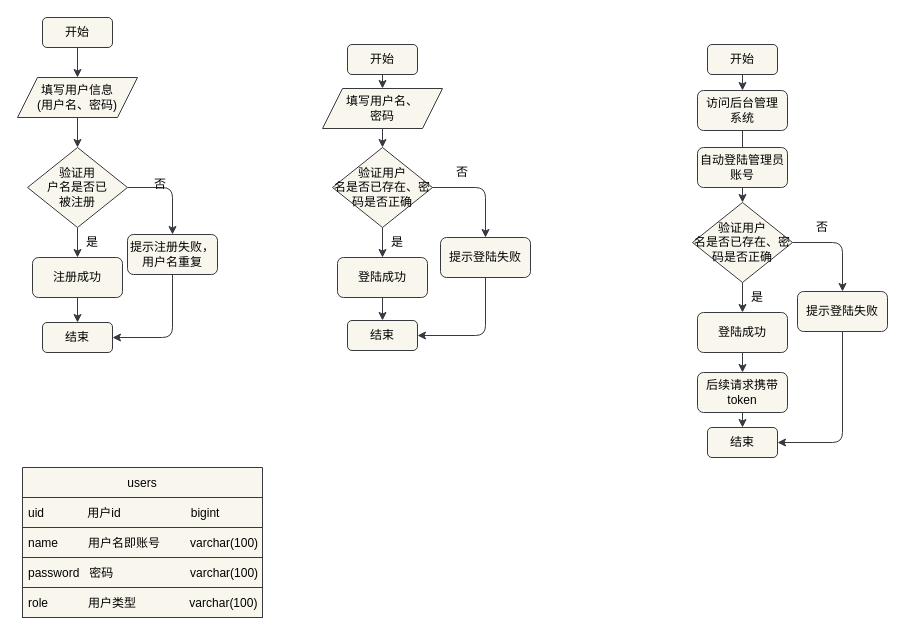
Before: page "第 8 页" (8 of 12) of a.dio in z-juln/it-community, a draw.io diagram. Source tidied: cells renumbered, new cells numbered last; positions are measured from the earlier drawing's top-left corner, leaving out a move shared by most shapes. Both pictures are drawn from the tidied source at 100%, with x=0, y=0 at pixel (17, 17).
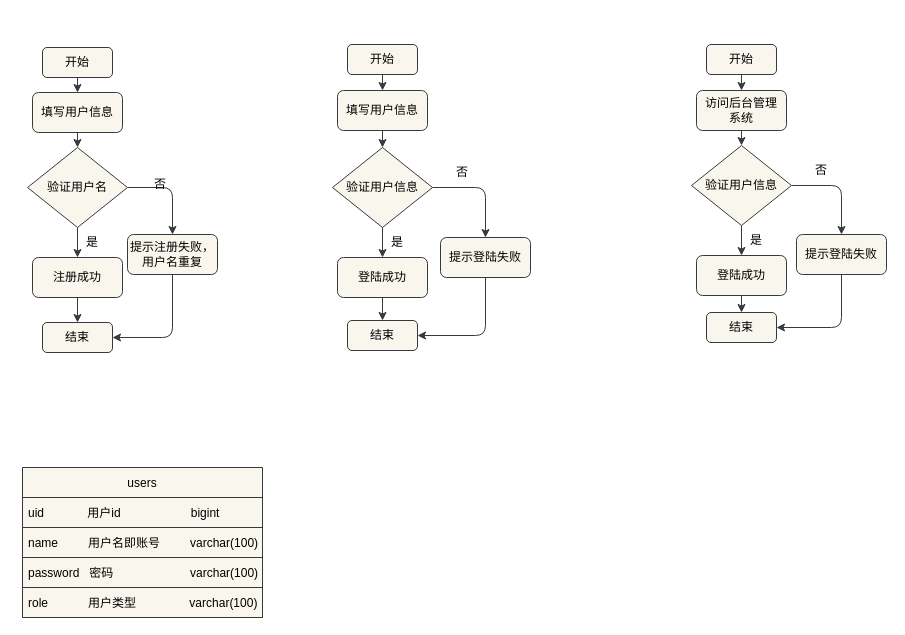
After the change.

Unchanged cells that the change refers to:
```xml
<mxCell id="17" value="开始" style="rounded=1;whiteSpace=wrap;html=1;fillColor=#f9f7ed;strokeColor=#36393d;fontColor=#000000;" parent="1" vertex="1">
  <mxGeometry x="330" y="27" width="70" height="30" as="geometry" />
</mxCell>
```

Diff of the diagram source:
```diff
@@
-    <mxCell id="2" style="edgeStyle=none;html=1;entryX=0.5;entryY=0;entryDx=0;entryDy=0;fillColor=#f9f7ed;strokeColor=#36393d;fontColor=#000000;" parent="1" edge="1" source="3" target="6">
+    <mxCell id="2" style="edgeStyle=none;html=1;entryX=0.5;entryY=0;entryDx=0;entryDy=0;fillColor=#f9f7ed;strokeColor=#36393d;fontColor=#000000;" parent="1" edge="1" source="3" target="53">
       <mxGeometry relative="1" as="geometry" />
     </mxCell>
     <mxCell id="3" value="开始" style="rounded=1;whiteSpace=wrap;html=1;fillColor=#f9f7ed;strokeColor=#36393d;fontColor=#000000;" parent="1" vertex="1">
-      <mxGeometry x="25" width="70" height="30" as="geometry" />
+      <mxGeometry x="25" y="30" width="70" height="30" as="geometry" />
     </mxCell>
@@
-    <mxCell id="5" style="edgeStyle=none;html=1;entryX=0.5;entryY=0;entryDx=0;entryDy=0;fillColor=#f9f7ed;strokeColor=#36393d;fontColor=#000000;" parent="1" edge="1" source="6" target="9">
+    <mxCell id="5" style="edgeStyle=none;html=1;entryX=0.5;entryY=0;entryDx=0;entryDy=0;fillColor=#f9f7ed;strokeColor=#36393d;fontColor=#000000;exitX=0.5;exitY=1;exitDx=0;exitDy=0;" parent="1" edge="1" source="53" target="9">
       <mxGeometry relative="1" as="geometry" />
     </mxCell>
-    <mxCell id="6" value="填写用户信息&lt;br&gt;(用户名、密码)" style="shape=parallelogram;perimeter=parallelogramPerimeter;whiteSpace=wrap;html=1;fixedSize=1;fillColor=#f9f7ed;strokeColor=#36393d;fontColor=#000000;" parent="1" vertex="1">
-      <mxGeometry y="60" width="120" height="40" as="geometry" />
-    </mxCell>
@@
-    <mxCell id="9" value="验证用&lt;br&gt;户名是否已&lt;br&gt;被注册" style="rhombus;whiteSpace=wrap;html=1;fillColor=#f9f7ed;strokeColor=#36393d;fontColor=#000000;" parent="1" vertex="1">
+    <mxCell id="9" value="验证用户名" style="rhombus;whiteSpace=wrap;html=1;fillColor=#f9f7ed;strokeColor=#36393d;fontColor=#000000;" parent="1" vertex="1">
       <mxGeometry x="10" y="130" width="100" height="80" as="geometry" />
     </mxCell>
@@
-    <mxCell id="16" style="edgeStyle=none;html=1;entryX=0.5;entryY=0;entryDx=0;entryDy=0;fillColor=#f9f7ed;strokeColor=#36393d;fontColor=#000000;" parent="1" edge="1" source="17" target="20">
+    <mxCell id="16" style="edgeStyle=none;html=1;entryX=0.5;entryY=0;entryDx=0;entryDy=0;fillColor=#f9f7ed;strokeColor=#36393d;fontColor=#000000;" parent="1" edge="1" source="17" target="54">
       <mxGeometry relative="1" as="geometry" />
     </mxCell>
@@
-    <mxCell id="19" style="edgeStyle=none;html=1;entryX=0.5;entryY=0;entryDx=0;entryDy=0;fillColor=#f9f7ed;strokeColor=#36393d;fontColor=#000000;" parent="1" edge="1" source="20" target="23">
+    <mxCell id="19" style="edgeStyle=none;html=1;entryX=0.5;entryY=0;entryDx=0;entryDy=0;fillColor=#f9f7ed;strokeColor=#36393d;fontColor=#000000;exitX=0.5;exitY=1;exitDx=0;exitDy=0;" parent="1" edge="1" source="54" target="23">
       <mxGeometry relative="1" as="geometry" />
     </mxCell>
-    <mxCell id="20" value="填写用户名、&lt;br&gt;密码" style="shape=parallelogram;perimeter=parallelogramPerimeter;whiteSpace=wrap;html=1;fixedSize=1;fillColor=#f9f7ed;strokeColor=#36393d;fontColor=#000000;" parent="1" vertex="1">
-      <mxGeometry x="305" y="71" width="120" height="40" as="geometry" />
-    </mxCell>
@@
-    <mxCell id="23" value="验证用户&lt;br&gt;名是否已存在、密码是否正确" style="rhombus;whiteSpace=wrap;html=1;fillColor=#f9f7ed;strokeColor=#36393d;fontColor=#000000;" parent="1" vertex="1">
+    <mxCell id="23" value="验证用户信息" style="rhombus;whiteSpace=wrap;html=1;fillColor=#f9f7ed;strokeColor=#36393d;fontColor=#000000;" parent="1" vertex="1">
       <mxGeometry x="315" y="130" width="100" height="80" as="geometry" />
     </mxCell>
@@
     <mxCell id="31" value="开始" style="rounded=1;whiteSpace=wrap;html=1;fillColor=#f9f7ed;strokeColor=#36393d;fontColor=#000000;" parent="1" vertex="1">
-      <mxGeometry x="690" y="27" width="70" height="30" as="geometry" />
+      <mxGeometry x="689" y="27" width="70" height="30" as="geometry" />
     </mxCell>
     <mxCell id="32" value="结束" style="rounded=1;whiteSpace=wrap;html=1;fillColor=#f9f7ed;strokeColor=#36393d;fontColor=#000000;" parent="1" vertex="1">
-      <mxGeometry x="690" y="410" width="70" height="30" as="geometry" />
+      <mxGeometry x="689" y="295" width="70" height="30" as="geometry" />
     </mxCell>
-    <mxCell id="33" style="edgeStyle=none;html=1;entryX=0.5;entryY=0;entryDx=0;entryDy=0;exitX=0.5;exitY=1;exitDx=0;exitDy=0;startArrow=none;fillColor=#f9f7ed;strokeColor=#36393d;fontColor=#000000;" parent="1" edge="1" source="46" target="36">
+    <mxCell id="33" style="edgeStyle=none;html=1;entryX=0.5;entryY=0;entryDx=0;entryDy=0;exitX=0.5;exitY=1;exitDx=0;exitDy=0;startArrow=none;fillColor=#f9f7ed;strokeColor=#36393d;fontColor=#000000;" parent="1" edge="1" source="45" target="36">
       <mxGeometry relative="1" as="geometry" />
     </mxCell>
     <mxCell id="34" style="edgeStyle=none;html=1;entryX=0.5;entryY=0;entryDx=0;entryDy=0;fillColor=#f9f7ed;strokeColor=#36393d;fontColor=#000000;" parent="1" edge="1" source="36" target="40">
       <mxGeometry relative="1" as="geometry">
         <Array as="points">
-          <mxPoint x="825" y="225" />
+          <mxPoint x="824" y="168" />
         </Array>
       </mxGeometry>
     </mxCell>
@@
-    <mxCell id="36" value="验证用户&lt;br&gt;名是否已存在、密码是否正确" style="rhombus;whiteSpace=wrap;html=1;fillColor=#f9f7ed;strokeColor=#36393d;fontColor=#000000;" parent="1" vertex="1">
-      <mxGeometry x="675" y="185" width="100" height="80" as="geometry" />
+    <mxCell id="36" value="验证用户信息" style="rhombus;whiteSpace=wrap;html=1;fillColor=#f9f7ed;strokeColor=#36393d;fontColor=#000000;" parent="1" vertex="1">
+      <mxGeometry x="674" y="128" width="100" height="80" as="geometry" />
     </mxCell>
     <mxCell id="37" value="否" style="text;html=1;strokeColor=none;fillColor=none;align=center;verticalAlign=middle;whiteSpace=wrap;rounded=0;fontColor=#000000;" parent="1" vertex="1">
-      <mxGeometry x="775" y="195" width="60" height="30" as="geometry" />
+      <mxGeometry x="774" y="138" width="60" height="30" as="geometry" />
     </mxCell>
     <mxCell id="38" value="是" style="text;html=1;strokeColor=none;fillColor=none;align=center;verticalAlign=middle;whiteSpace=wrap;rounded=0;fontColor=#000000;" parent="1" vertex="1">
-      <mxGeometry x="720" y="265" width="40" height="30" as="geometry" />
+      <mxGeometry x="719" y="208" width="40" height="30" as="geometry" />
     </mxCell>
     <mxCell id="39" style="edgeStyle=none;html=1;entryX=1;entryY=0.5;entryDx=0;entryDy=0;fillColor=#f9f7ed;strokeColor=#36393d;fontColor=#000000;" parent="1" edge="1" source="40" target="32">
       <mxGeometry relative="1" as="geometry">
         <Array as="points">
-          <mxPoint x="825" y="425" />
+          <mxPoint x="824" y="310" />
         </Array>
       </mxGeometry>
     </mxCell>
     <mxCell id="40" value="提示登陆失败" style="rounded=1;whiteSpace=wrap;html=1;fillColor=#f9f7ed;strokeColor=#36393d;fontColor=#000000;" parent="1" vertex="1">
-      <mxGeometry x="780" y="274" width="90" height="40" as="geometry" />
+      <mxGeometry x="779" y="217" width="90" height="40" as="geometry" />
     </mxCell>
-    <mxCell id="41" style="edgeStyle=none;html=1;entryX=0.5;entryY=0;entryDx=0;entryDy=0;fillColor=#f9f7ed;strokeColor=#36393d;fontColor=#000000;" parent="1" edge="1" source="42" target="44">
+    <mxCell id="41" style="edgeStyle=none;html=1;fillColor=#f9f7ed;strokeColor=#36393d;fontColor=#000000;" parent="1" edge="1" source="42" target="32">
       <mxGeometry relative="1" as="geometry" />
     </mxCell>
     <mxCell id="42" value="登陆成功" style="rounded=1;whiteSpace=wrap;html=1;fillColor=#f9f7ed;strokeColor=#36393d;fontColor=#000000;" parent="1" vertex="1">
-      <mxGeometry x="680" y="295" width="90" height="40" as="geometry" />
+      <mxGeometry x="679" y="238" width="90" height="40" as="geometry" />
     </mxCell>
-    <mxCell id="43" style="edgeStyle=none;html=1;entryX=0.5;entryY=0;entryDx=0;entryDy=0;fillColor=#f9f7ed;strokeColor=#36393d;fontColor=#000000;" parent="1" edge="1" source="44" target="32">
-      <mxGeometry relative="1" as="geometry" />
-    </mxCell>
-    <mxCell id="44" value="后续请求携带token" style="rounded=1;whiteSpace=wrap;html=1;fillColor=#f9f7ed;strokeColor=#36393d;fontColor=#000000;" parent="1" vertex="1">
-      <mxGeometry x="680" y="355" width="90" height="40" as="geometry" />
-    </mxCell>
     <mxCell id="45" value="访问后台管理&lt;br&gt;系统" style="rounded=1;whiteSpace=wrap;html=1;fillColor=#f9f7ed;strokeColor=#36393d;fontColor=#000000;" parent="1" vertex="1">
-      <mxGeometry x="680" y="73" width="90" height="40" as="geometry" />
+      <mxGeometry x="679" y="73" width="90" height="40" as="geometry" />
     </mxCell>
-    <mxCell id="46" value="自动登陆管理员账号" style="rounded=1;whiteSpace=wrap;html=1;fillColor=#f9f7ed;strokeColor=#36393d;fontColor=#000000;" parent="1" vertex="1">
-      <mxGeometry x="680" y="130" width="90" height="40" as="geometry" />
-    </mxCell>
-    <mxCell id="47" style="edgeStyle=none;html=1;entryX=0.5;entryY=0;entryDx=0;entryDy=0;exitX=0.5;exitY=1;exitDx=0;exitDy=0;endArrow=none;fillColor=#f9f7ed;strokeColor=#36393d;fontColor=#000000;" parent="1" edge="1" source="45" target="46">
-      <mxGeometry relative="1" as="geometry" />
-    </mxCell>
@@
+    <mxCell id="53" value="填写用户信息" style="rounded=1;whiteSpace=wrap;html=1;fillColor=#f9f7ed;strokeColor=#36393d;fontColor=#000000;" parent="1" vertex="1">
+      <mxGeometry x="15" y="75" width="90" height="40" as="geometry" />
+    </mxCell>
+    <mxCell id="54" value="填写用户信息" style="rounded=1;whiteSpace=wrap;html=1;fillColor=#f9f7ed;strokeColor=#36393d;fontColor=#000000;" parent="1" vertex="1">
+      <mxGeometry x="320" y="73" width="90" height="40" as="geometry" />
+    </mxCell>
```
